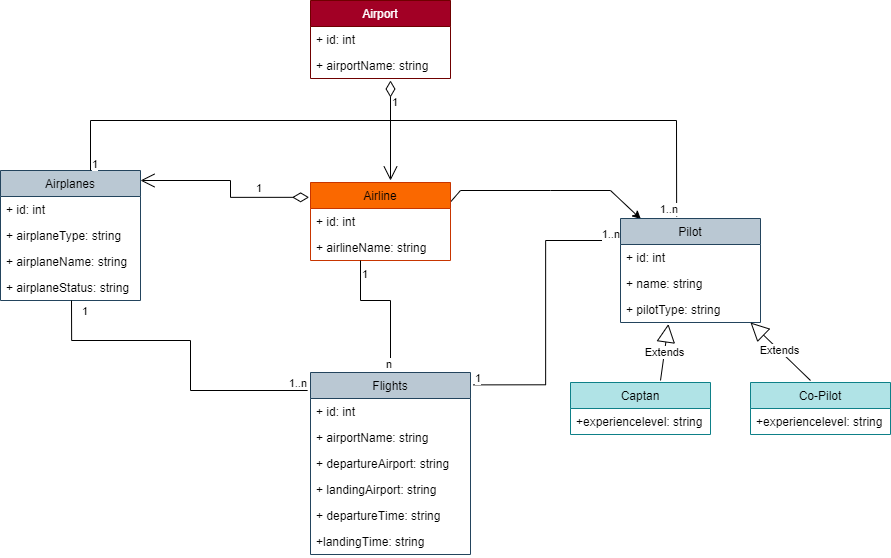
Above: Uçuş Yönetim Sistemi.drawio.png in smyy96/PatikaOOP (draw.io), before the change. Source tidied: cells renumbered, new cells last; positions are measured from the earlier drawing's top-left corner, leaving out a move shared by most shapes.
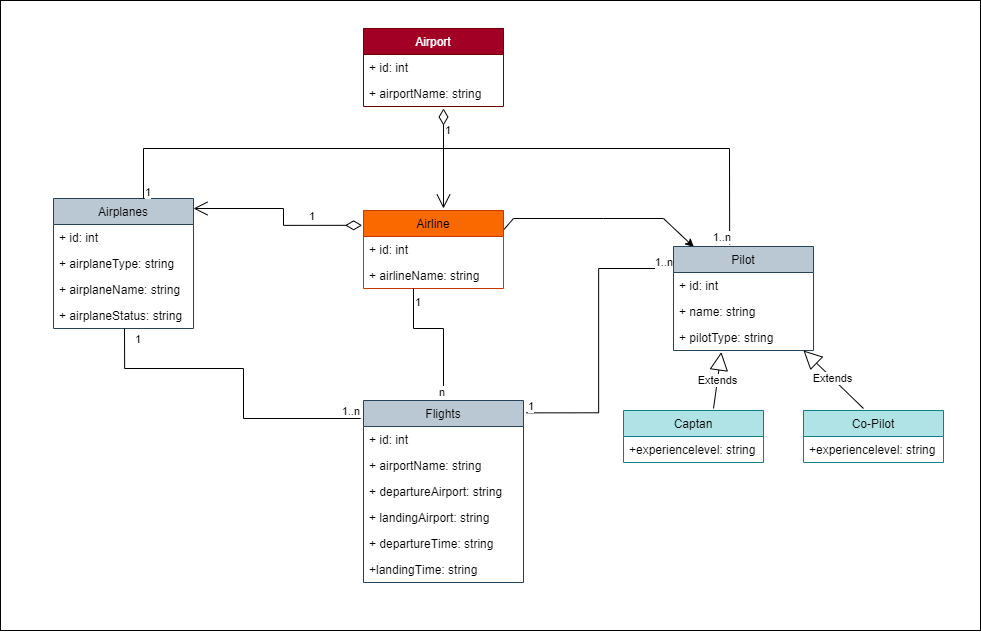
After the commit.

Diff of the diagram source:
```diff
@@ -2,6 +2,9 @@
   <root>
     <mxCell id="0" />
     <mxCell id="1" parent="0" />
+    <mxCell id="45" style="rounded=0;whiteSpace=wrap;html=1;" parent="1" vertex="1">
+      <mxGeometry x="-53" y="-28" width="980" height="630" as="geometry" />
+    </mxCell>
     <mxCell id="2" value="Airport" style="swimlane;fontStyle=0;horizontal=1;startSize=26;fillColor=#a20025;strokeColor=#6F0000;fontColor=#ffffff;" parent="1" vertex="1">
       <mxGeometry x="310" width="140" height="78" as="geometry" />
     </mxCell>
```
